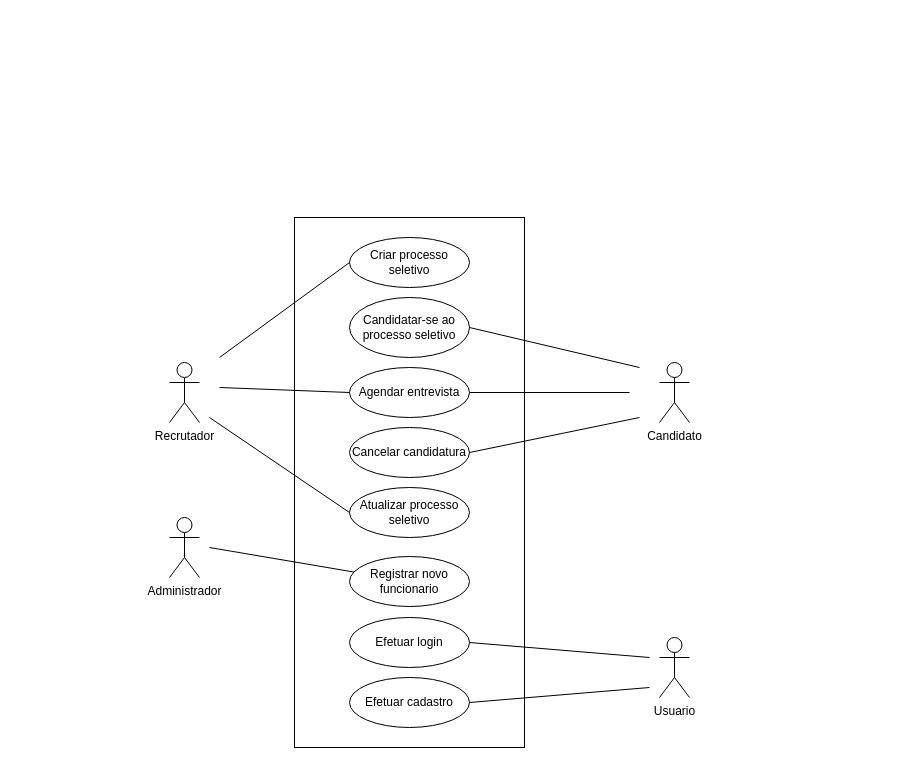
The draw.io diagram page "RH - sistema recrutamento v2" (1 of 6) of diagramas.drawio.xml in LMoraes7/sistema_rh, before the edit. Source tidied: cells renumbered, new cells numbered last; positions are measured from the earlier drawing's top-left corner, leaving out a move shared by most shapes. Both pictures are drawn from the tidied source at 100%, with x=0, y=0 at pixel (169, 217).
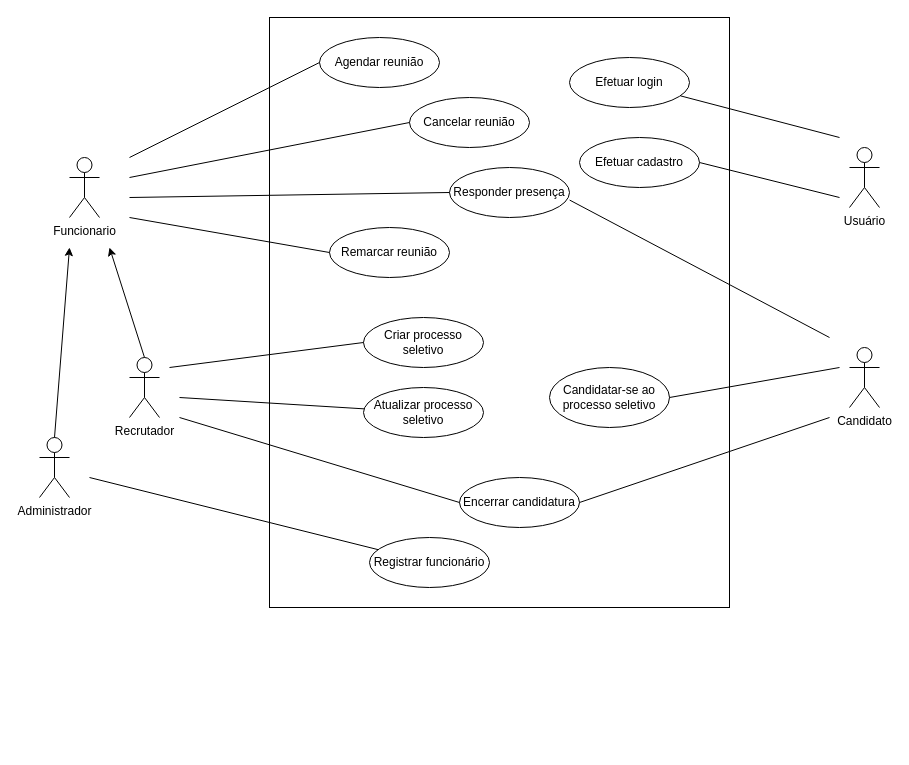
Above is the later version.

Diff of the diagram source:
```diff
@@
-    <mxCell id="2" style="rounded=0;whiteSpace=wrap;html=1;" parent="1" vertex="1">
-      <mxGeometry x="125" width="230" height="530" as="geometry" />
-    </mxCell>
+    <mxCell id="24" style="rounded=0;whiteSpace=wrap;html=1;" parent="1" vertex="1">
+      <mxGeometry x="100" y="-200" width="460" height="590" as="geometry" />
+    </mxCell>
     <mxCell id="3" value="Candidato" style="shape=umlActor;verticalLabelPosition=bottom;verticalAlign=top;html=1;" parent="1" vertex="1">
-      <mxGeometry x="490" y="145" width="30" height="60" as="geometry" />
+      <mxGeometry x="680" y="130" width="30" height="60" as="geometry" />
     </mxCell>
     <mxCell id="4" value="Recrutador" style="shape=umlActor;verticalLabelPosition=bottom;verticalAlign=top;html=1;outlineConnect=0;" parent="1" vertex="1">
-      <mxGeometry y="145" width="30" height="60" as="geometry" />
+      <mxGeometry x="-40" y="140" width="30" height="60" as="geometry" />
     </mxCell>
     <mxCell id="5" value="Criar processo seletivo" style="ellipse;whiteSpace=wrap;html=1;" parent="1" vertex="1">
-      <mxGeometry x="180" y="20" width="120" height="50" as="geometry" />
+      <mxGeometry x="194" y="100" width="120" height="50" as="geometry" />
     </mxCell>
     <mxCell id="6" value="Candidatar-se ao processo seletivo" style="ellipse;whiteSpace=wrap;html=1;" parent="1" vertex="1">
-      <mxGeometry x="180" y="80" width="120" height="60" as="geometry" />
+      <mxGeometry x="380" y="150" width="120" height="60" as="geometry" />
     </mxCell>
-    <mxCell id="7" value="Agendar entrevista" style="ellipse;whiteSpace=wrap;html=1;" parent="1" vertex="1">
-      <mxGeometry x="180" y="150" width="120" height="50" as="geometry" />
+    <mxCell id="7" value="Agendar reunião" style="ellipse;whiteSpace=wrap;html=1;" parent="1" vertex="1">
+      <mxGeometry x="150" y="-180" width="120" height="50" as="geometry" />
     </mxCell>
-    <mxCell id="8" value="Cancelar candidatura" style="ellipse;whiteSpace=wrap;html=1;" parent="1" vertex="1">
-      <mxGeometry x="180" y="210" width="120" height="50" as="geometry" />
+    <mxCell id="8" value="Encerrar candidatura" style="ellipse;whiteSpace=wrap;html=1;" parent="1" vertex="1">
+      <mxGeometry x="290" y="260" width="120" height="50" as="geometry" />
     </mxCell>
     <mxCell id="9" value="Atualizar processo seletivo" style="ellipse;whiteSpace=wrap;html=1;" parent="1" vertex="1">
-      <mxGeometry x="180" y="270" width="120" height="50" as="geometry" />
+      <mxGeometry x="194" y="170" width="120" height="50" as="geometry" />
     </mxCell>
     <mxCell id="10" style="endArrow=none;html=1;rounded=0;entryX=0;entryY=0.5;entryDx=0;entryDy=0;" parent="1" edge="1" target="5">
       <mxGeometry relative="1" as="geometry">
-        <mxPoint x="50" y="140" as="sourcePoint" />
+        <mxPoint y="150" as="sourcePoint" />
       </mxGeometry>
     </mxCell>
     <mxCell id="11" style="endArrow=none;html=1;rounded=0;entryX=1;entryY=0.5;entryDx=0;entryDy=0;" parent="1" edge="1" target="6">
       <mxGeometry relative="1" as="geometry">
-        <mxPoint x="470" y="150" as="sourcePoint" />
+        <mxPoint x="670" y="150" as="sourcePoint" />
       </mxGeometry>
     </mxCell>
     <mxCell id="12" style="endArrow=none;html=1;rounded=0;entryX=0;entryY=0.5;entryDx=0;entryDy=0;" parent="1" edge="1" target="7">
       <mxGeometry relative="1" as="geometry">
-        <mxPoint x="50" y="170" as="sourcePoint" />
+        <mxPoint x="-40" y="-60" as="sourcePoint" />
       </mxGeometry>
     </mxCell>
-    <mxCell id="13" style="endArrow=none;html=1;rounded=0;exitX=1;exitY=0.5;exitDx=0;exitDy=0;" parent="1" edge="1" source="7">
-      <mxGeometry relative="1" as="geometry">
-        <mxPoint x="460" y="175" as="targetPoint" />
-      </mxGeometry>
-    </mxCell>
     <mxCell id="14" style="endArrow=none;html=1;rounded=0;exitX=1;exitY=0.5;exitDx=0;exitDy=0;" parent="1" edge="1" source="8">
       <mxGeometry relative="1" as="geometry">
-        <mxPoint x="470" y="200" as="targetPoint" />
+        <mxPoint x="660" y="200" as="targetPoint" />
       </mxGeometry>
     </mxCell>
-    <mxCell id="15" style="endArrow=none;html=1;rounded=0;entryX=0;entryY=0.5;entryDx=0;entryDy=0;" parent="1" edge="1" target="9">
+    <mxCell id="15" style="endArrow=none;html=1;rounded=0;" parent="1" edge="1" target="9">
       <mxGeometry relative="1" as="geometry">
-        <mxPoint x="40" y="200" as="sourcePoint" />
+        <mxPoint x="10" y="180" as="sourcePoint" />
       </mxGeometry>
     </mxCell>
-    <mxCell id="16" value="Registrar novo funcionario" style="ellipse;whiteSpace=wrap;html=1;" parent="1" vertex="1">
-      <mxGeometry x="180" y="339" width="120" height="50" as="geometry" />
+    <mxCell id="16" value="Registrar funcionário" style="ellipse;whiteSpace=wrap;html=1;" parent="1" vertex="1">
+      <mxGeometry x="200" y="320" width="120" height="50" as="geometry" />
     </mxCell>
     <mxCell id="17" value="Administrador" style="shape=umlActor;verticalLabelPosition=bottom;verticalAlign=top;html=1;outlineConnect=0;" parent="1" vertex="1">
-      <mxGeometry y="300" width="30" height="60" as="geometry" />
+      <mxGeometry x="-130" y="220" width="30" height="60" as="geometry" />
     </mxCell>
     <mxCell id="18" style="endArrow=none;html=1;rounded=0;" parent="1" edge="1" target="16">
       <mxGeometry relative="1" as="geometry">
-        <mxPoint x="40" y="330" as="sourcePoint" />
+        <mxPoint x="-80" y="260" as="sourcePoint" />
       </mxGeometry>
     </mxCell>
     <mxCell id="19" value="Efetuar login" style="ellipse;whiteSpace=wrap;html=1;" parent="1" vertex="1">
-      <mxGeometry x="180" y="400" width="120" height="50" as="geometry" />
+      <mxGeometry x="400" y="-160" width="120" height="50" as="geometry" />
     </mxCell>
     <mxCell id="20" value="Efetuar cadastro" style="ellipse;whiteSpace=wrap;html=1;" parent="1" vertex="1">
-      <mxGeometry x="180" y="460" width="120" height="50" as="geometry" />
+      <mxGeometry x="410" y="-80" width="120" height="50" as="geometry" />
     </mxCell>
-    <mxCell id="21" value="Usuario" style="shape=umlActor;verticalLabelPosition=bottom;verticalAlign=top;html=1;" parent="1" vertex="1">
-      <mxGeometry x="490" y="420" width="30" height="60" as="geometry" />
+    <mxCell id="21" value="Usuário" style="shape=umlActor;verticalLabelPosition=bottom;verticalAlign=top;html=1;" parent="1" vertex="1">
+      <mxGeometry x="680" y="-70" width="30" height="60" as="geometry" />
     </mxCell>
-    <mxCell id="22" style="endArrow=none;html=1;rounded=0;exitX=1;exitY=0.5;exitDx=0;exitDy=0;" parent="1" edge="1" source="19">
+    <mxCell id="22" style="endArrow=none;html=1;rounded=0;" parent="1" edge="1" source="19">
       <mxGeometry relative="1" as="geometry">
-        <mxPoint x="480" y="440" as="targetPoint" />
+        <mxPoint x="670" y="-80" as="targetPoint" />
       </mxGeometry>
     </mxCell>
     <mxCell id="23" style="endArrow=none;html=1;rounded=0;exitX=1;exitY=0.5;exitDx=0;exitDy=0;" parent="1" edge="1" source="20">
       <mxGeometry relative="1" as="geometry">
-        <mxPoint x="480" y="470" as="targetPoint" />
+        <mxPoint x="670" y="-20" as="targetPoint" />
       </mxGeometry>
     </mxCell>
+    <mxCell id="25" value="Remarcar reunião" style="ellipse;whiteSpace=wrap;html=1;" parent="1" vertex="1">
+      <mxGeometry x="160" y="10" width="120" height="50" as="geometry" />
+    </mxCell>
+    <mxCell id="26" value="Cancelar reunião" style="ellipse;whiteSpace=wrap;html=1;" parent="1" vertex="1">
+      <mxGeometry x="240" y="-120" width="120" height="50" as="geometry" />
+    </mxCell>
+    <mxCell id="27" style="endArrow=none;html=1;rounded=0;entryX=0;entryY=0.5;entryDx=0;entryDy=0;" parent="1" edge="1" target="26">
+      <mxGeometry relative="1" as="geometry">
+        <mxPoint x="-40" y="-40" as="sourcePoint" />
+      </mxGeometry>
+    </mxCell>
+    <mxCell id="28" style="endArrow=none;html=1;rounded=0;exitX=0;exitY=0.5;exitDx=0;exitDy=0;" parent="1" edge="1" source="8">
+      <mxGeometry relative="1" as="geometry">
+        <mxPoint x="10" y="200" as="targetPoint" />
+      </mxGeometry>
+    </mxCell>
+    <mxCell id="29" style="endArrow=none;html=1;rounded=0;exitX=0;exitY=0.5;exitDx=0;exitDy=0;" parent="1" edge="1" source="25">
+      <mxGeometry relative="1" as="geometry">
+        <mxPoint x="-40" as="targetPoint" />
+      </mxGeometry>
+    </mxCell>
+    <mxCell id="30" value="Funcionario" style="shape=umlActor;verticalLabelPosition=bottom;verticalAlign=top;html=1;" parent="1" vertex="1">
+      <mxGeometry x="-100" y="-60" width="30" height="60" as="geometry" />
+    </mxCell>
+    <mxCell id="31" value="Responder presença" style="ellipse;whiteSpace=wrap;html=1;" parent="1" vertex="1">
+      <mxGeometry x="280" y="-50" width="120" height="50" as="geometry" />
+    </mxCell>
+    <mxCell id="32" style="endArrow=none;html=1;rounded=0;entryX=0;entryY=0.5;entryDx=0;entryDy=0;" parent="1" edge="1" target="31">
+      <mxGeometry relative="1" as="geometry">
+        <mxPoint x="-40" y="-20" as="sourcePoint" />
+      </mxGeometry>
+    </mxCell>
+    <mxCell id="33" style="endArrow=none;html=1;rounded=0;exitX=1.001;exitY=0.651;exitDx=0;exitDy=0;exitPerimeter=0;" parent="1" edge="1" source="31">
+      <mxGeometry relative="1" as="geometry">
+        <mxPoint x="660" y="120" as="targetPoint" />
+      </mxGeometry>
+    </mxCell>
+    <mxCell id="34" style="endArrow=classic;html=1;rounded=0;exitX=0.5;exitY=0;exitDx=0;exitDy=0;exitPerimeter=0;" parent="1" edge="1" source="4">
+      <mxGeometry relative="1" as="geometry">
+        <mxPoint x="-60" y="30" as="targetPoint" />
+      </mxGeometry>
+    </mxCell>
+    <mxCell id="35" style="endArrow=classic;html=1;rounded=0;exitX=0.5;exitY=0;exitDx=0;exitDy=0;exitPerimeter=0;" parent="1" edge="1" source="17">
+      <mxGeometry relative="1" as="geometry">
+        <mxPoint x="-100" y="30" as="targetPoint" />
+      </mxGeometry>
+    </mxCell>
```
